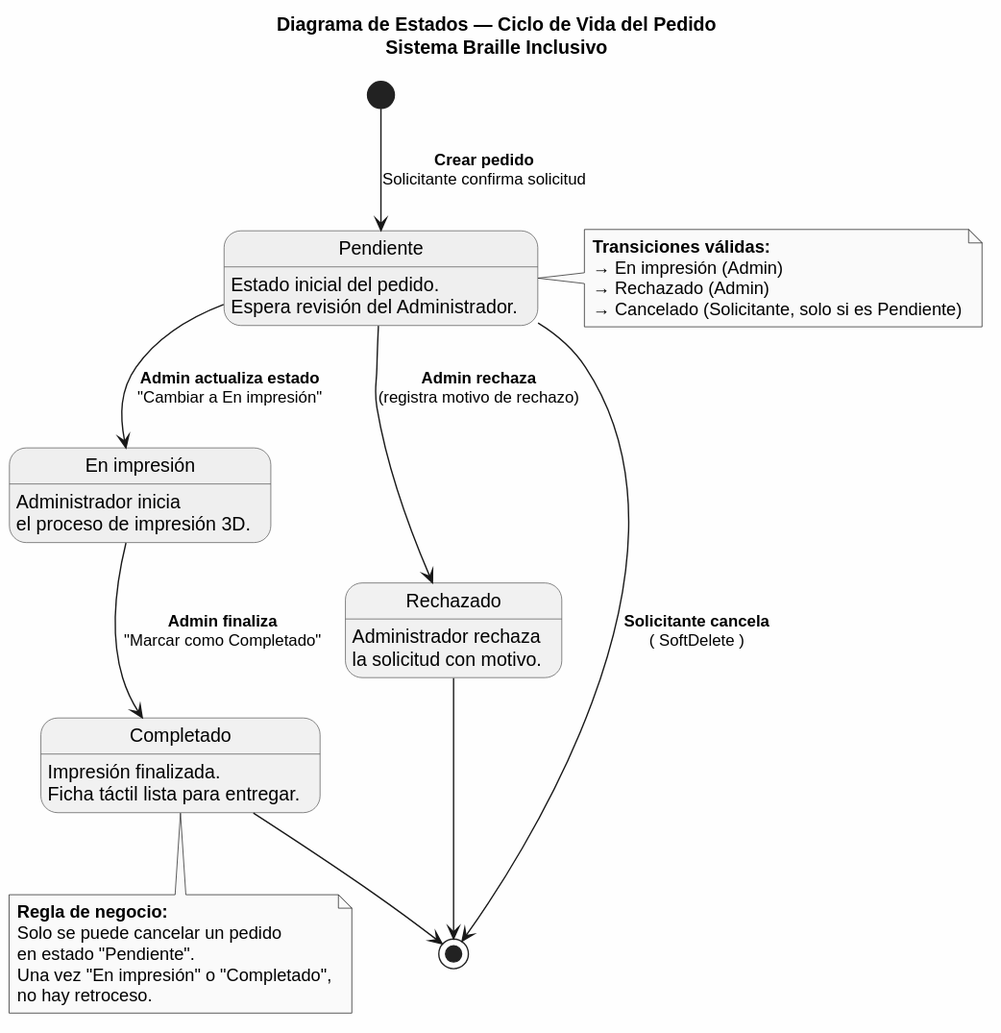
Earlier version of the PlantUML export docs/diagramas/imagenes/modelo_dominio/UML_Estados_Pedido.svg (ArlTechDev/sistema-3d-inclusivo). The source it was exported from:
```plantuml
@startuml
skinparam monochrome true
title Diagrama de Estados — Ciclo de Vida del Pedido\nSistema Braille Inclusivo

skinparam backgroundColor #FEFEFE
skinparam shadowing false
skinparam stateFontSize 14
skinparam arrowFontSize 12

skinparam state {
    BackgroundColor<<activo>> #E8F5E9
    BackgroundColor<<final>> #FFEBEE
    BackgroundColor<<inicial>> #E3F2FD
    BorderColor #455A64
}

[*] --> Pendiente : <b>Crear pedido</b>\nSolicitante confirma solicitud

state Pendiente <<activo>> : Estado inicial del pedido.\nEspera revisión del Administrador.

state "En impresión" as EP <<activo>> : Administrador inicia\nel proceso de impresión 3D.

state "Completado" as Comp <<final>> : Impresión finalizada.\nFicha táctil lista para entregar.

state "Rechazado" as Rech <<final>> : Administrador rechaza\nla solicitud con motivo.

Pendiente --> EP : **Admin actualiza estado**\n"Cambiar a En impresión"

Pendiente --> Rech : **Admin rechaza**\n(registra motivo de rechazo)

EP --> Comp : **Admin finaliza**\n"Marcar como Completado"

Pendiente --> [*] : **Solicitante cancela**\n( SoftDelete )

Comp --> [*]
Rech --> [*]

note right of Pendiente
  **Transiciones válidas:**
  → En impresión (Admin)
  → Rechazado (Admin)
  → Cancelado (Solicitante, solo si es Pendiente)
end note

note bottom of Comp
  **Regla de negocio:**
  Solo se puede cancelar un pedido
  en estado "Pendiente".
  Una vez "En impresión" o "Completado",
  no hay retroceso.
end note
@enduml
```
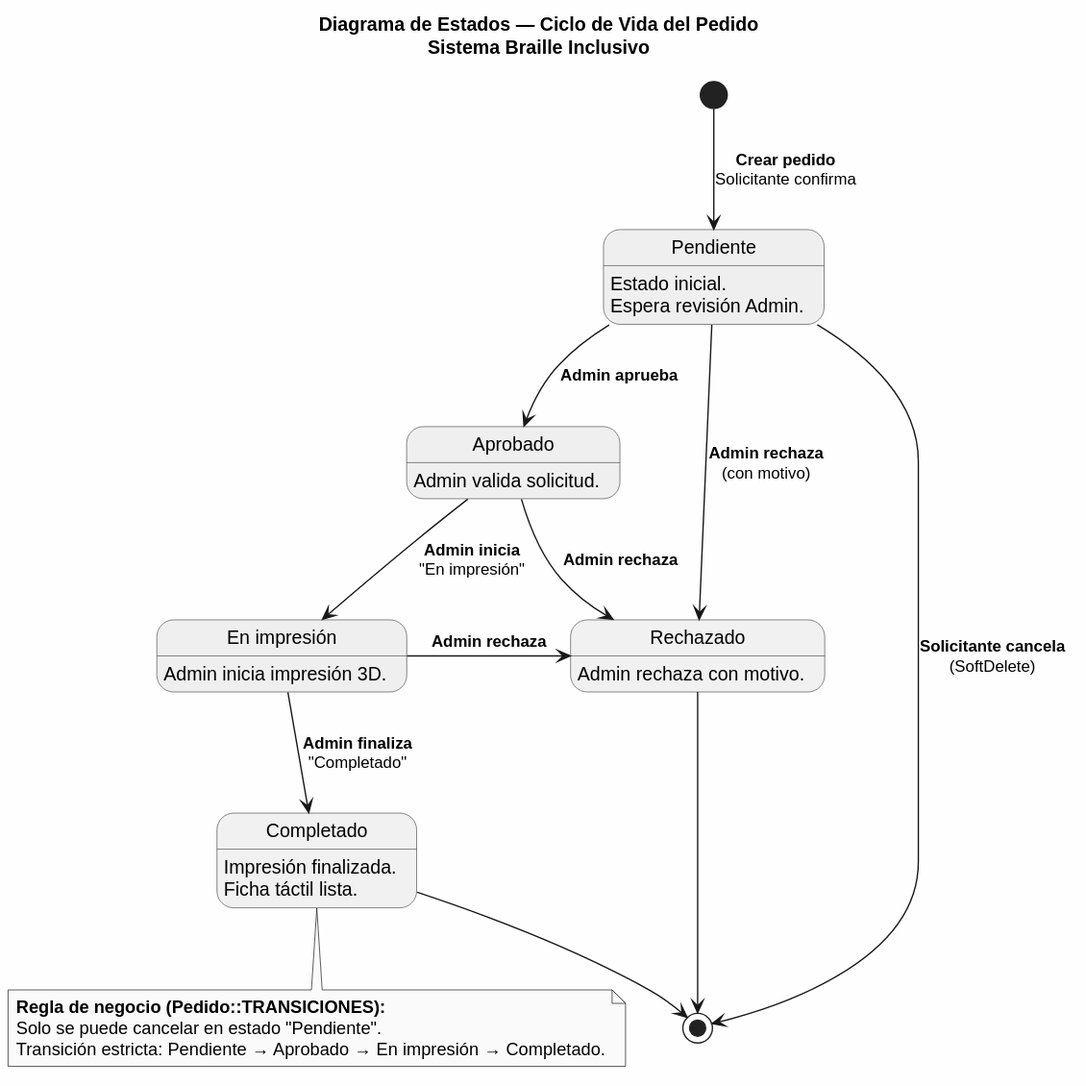
After the change.

Diff of the diagram source:
```diff
@@ -14,39 +14,34 @@
     BorderColor #455A64
 }
 
-[*] --> Pendiente : <b>Crear pedido</b>\nSolicitante confirma solicitud
+[*] --> Pendiente : <b>Crear pedido</b>\nSolicitante confirma
 
-state Pendiente <<activo>> : Estado inicial del pedido.\nEspera revisión del Administrador.
+state Pendiente <<activo>> : Estado inicial.\nEspera revisión Admin.
 
-state "En impresión" as EP <<activo>> : Administrador inicia\nel proceso de impresión 3D.
+state "Aprobado" as Ap <<activo>> : Admin valida solicitud.
 
-state "Completado" as Comp <<final>> : Impresión finalizada.\nFicha táctil lista para entregar.
+state "En impresión" as EP <<activo>> : Admin inicia impresión 3D.
 
-state "Rechazado" as Rech <<final>> : Administrador rechaza\nla solicitud con motivo.
+state "Completado" as Comp <<final>> : Impresión finalizada.\nFicha táctil lista.
 
-Pendiente --> EP : **Admin actualiza estado**\n"Cambiar a En impresión"
+state "Rechazado" as Rech <<final>> : Admin rechaza con motivo.
 
-Pendiente --> Rech : **Admin rechaza**\n(registra motivo de rechazo)
+Pendiente --> Ap : **Admin aprueba**
+Ap --> EP : **Admin inicia**\n"En impresión"
+EP --> Comp : **Admin finaliza**\n"Completado"
 
-EP --> Comp : **Admin finaliza**\n"Marcar como Completado"
+Pendiente -right-> Rech : **Admin rechaza**\n(con motivo)
+Ap -right-> Rech : **Admin rechaza**
+EP -right-> Rech : **Admin rechaza**
 
-Pendiente --> [*] : **Solicitante cancela**\n( SoftDelete )
+Pendiente --> [*] : **Solicitante cancela**\n(SoftDelete)
 
 Comp --> [*]
 Rech --> [*]
 
-note right of Pendiente
-  **Transiciones válidas:**
-  → En impresión (Admin)
-  → Rechazado (Admin)
-  → Cancelado (Solicitante, solo si es Pendiente)
-end note
-
 note bottom of Comp
-  **Regla de negocio:**
-  Solo se puede cancelar un pedido
-  en estado "Pendiente".
-  Una vez "En impresión" o "Completado",
-  no hay retroceso.
+  **Regla de negocio (Pedido::TRANSICIONES):**
+  Solo se puede cancelar en estado "Pendiente".
+  Transición estricta: Pendiente → Aprobado → En impresión → Completado.
 end note
 @enduml
```
